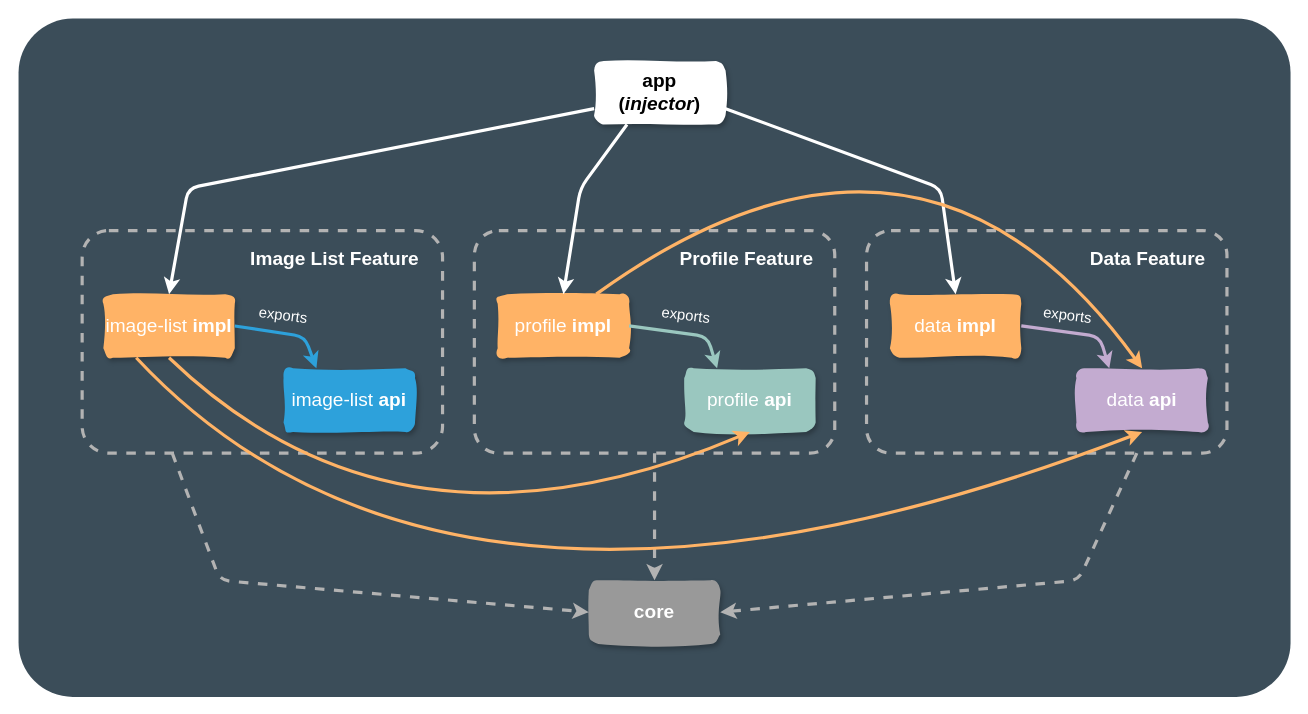
Above: page "Multimodule Architecture" (1 of 4) of docs/airin_architecture.drawio in Morfly/airin (draw.io), before the change. Source tidied: cells renumbered, new cells numbered last; positions are measured from the earlier drawing's top-left corner, leaving out a move shared by most shapes. Both pictures are drawn from the tidied source at 106%, with x=0, y=0 at pixel (18, 18).
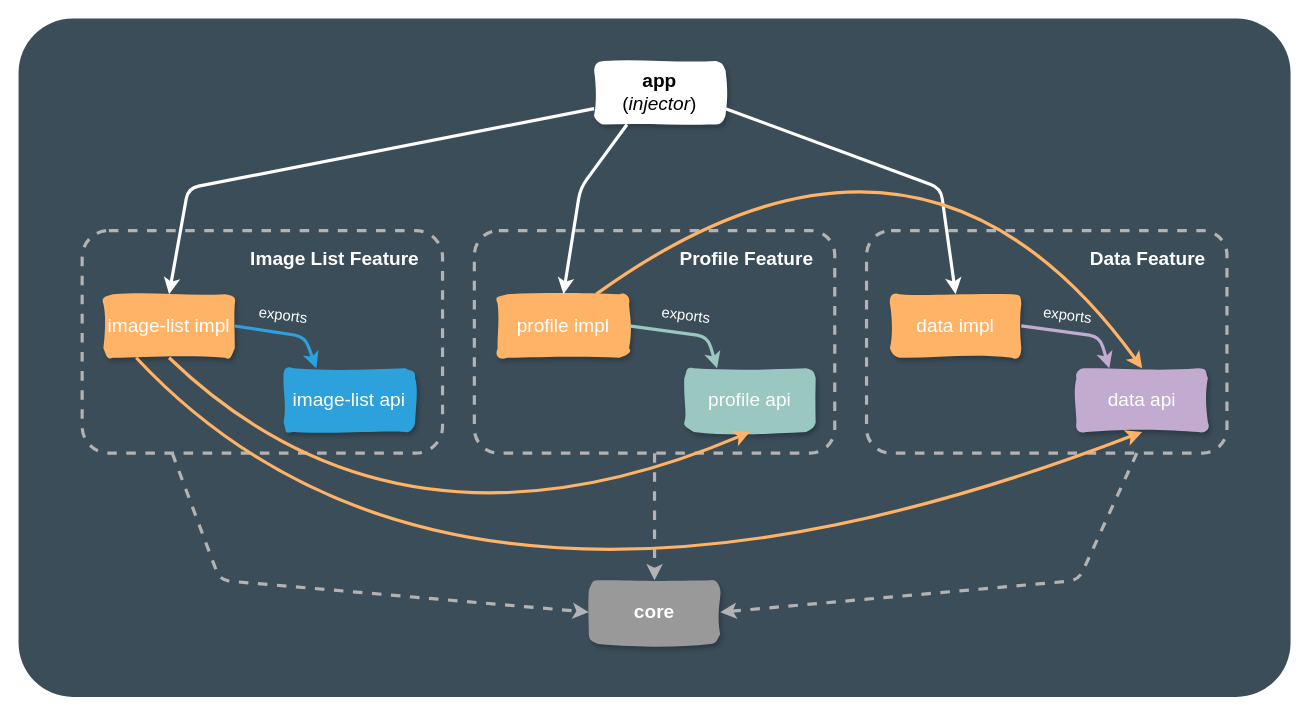
Above is the later version.

Commit message (it also covers changes not shown here):
updated arch diagrams

The change refers to these unchanged cells:
```xml
<mxCell id="2" style="group;" parent="1" vertex="1">
  <mxGeometry width="1200" height="640" as="geometry" />
</mxCell>
```

The edit, as a diff of the source:
```diff
@@
-    <mxCell id="7" value="&lt;span style=&quot;font-size: 18px&quot;&gt;&lt;font color=&quot;#ffffff&quot; style=&quot;font-size: 18px&quot;&gt;data &lt;b&gt;api&lt;/b&gt;&lt;/font&gt;&lt;/span&gt;" style="rounded=1;whiteSpace=wrap;html=1;fontStyle=0;sketch=1;shadow=1;fillStyle=solid;strokeColor=none;fontSize=18;fillColor=#C3ABD0;" parent="2" vertex="1">
+    <mxCell id="7" value="&lt;span style=&quot;font-size: 18px&quot;&gt;&lt;font color=&quot;#ffffff&quot; style=&quot;font-size: 18px&quot;&gt;data api&lt;/font&gt;&lt;/span&gt;" style="rounded=1;whiteSpace=wrap;html=1;fontStyle=0;sketch=1;shadow=1;fillStyle=solid;strokeColor=none;fontSize=18;fillColor=#C3ABD0;" parent="2" vertex="1">
       <mxGeometry x="998" y="330" width="124" height="60" as="geometry" />
     </mxCell>
-    <mxCell id="8" value="&lt;span style=&quot;font-size: 18px&quot;&gt;&lt;font color=&quot;#ffffff&quot; style=&quot;font-size: 18px&quot;&gt;image-list &lt;b&gt;impl&lt;/b&gt;&lt;/font&gt;&lt;/span&gt;" style="rounded=1;whiteSpace=wrap;html=1;fontStyle=0;sketch=1;shadow=1;fillStyle=solid;strokeColor=none;fontSize=18;fillColor=#FFB366;" parent="2" vertex="1">
+    <mxCell id="8" value="&lt;span style=&quot;font-size: 18px&quot;&gt;&lt;font color=&quot;#ffffff&quot; style=&quot;font-size: 18px&quot;&gt;image-list impl&lt;/font&gt;&lt;/span&gt;" style="rounded=1;whiteSpace=wrap;html=1;fontStyle=0;sketch=1;shadow=1;fillStyle=solid;strokeColor=none;fontSize=18;fillColor=#FFB366;" parent="2" vertex="1">
       <mxGeometry x="80" y="260" width="124" height="60" as="geometry" />
     </mxCell>
-    <mxCell id="9" value="&lt;span style=&quot;font-size: 18px&quot;&gt;&lt;font color=&quot;#ffffff&quot; style=&quot;font-size: 18px&quot;&gt;profile &lt;b&gt;api&lt;/b&gt;&lt;/font&gt;&lt;/span&gt;" style="rounded=1;whiteSpace=wrap;html=1;fontStyle=0;sketch=1;shadow=1;fillStyle=solid;strokeColor=none;fontSize=18;fillColor=#9AC7BF;" parent="2" vertex="1">
+    <mxCell id="9" value="&lt;span style=&quot;font-size: 18px&quot;&gt;&lt;font color=&quot;#ffffff&quot; style=&quot;font-size: 18px&quot;&gt;profile api&lt;/font&gt;&lt;/span&gt;" style="rounded=1;whiteSpace=wrap;html=1;fontStyle=0;sketch=1;shadow=1;fillStyle=solid;strokeColor=none;fontSize=18;fillColor=#9AC7BF;" parent="2" vertex="1">
       <mxGeometry x="628" y="330" width="124" height="60" as="geometry" />
     </mxCell>
-    <mxCell id="10" value="&lt;font style=&quot;font-size: 18px&quot;&gt;app&lt;br&gt;(&lt;i&gt;injector&lt;/i&gt;)&lt;br&gt;&lt;/font&gt;" style="rounded=1;whiteSpace=wrap;html=1;fontStyle=1;sketch=1;shadow=1;fillStyle=solid;fontSize=18;fillColor=#FFFFFF;strokeColor=none;" parent="2" vertex="1">
+    <mxCell id="10" value="&lt;font style=&quot;font-size: 18px&quot;&gt;app&lt;br&gt;&lt;span style=&quot;font-weight: normal&quot;&gt;(&lt;i&gt;injector&lt;/i&gt;)&lt;/span&gt;&lt;br&gt;&lt;/font&gt;" style="rounded=1;whiteSpace=wrap;html=1;fontStyle=1;sketch=1;shadow=1;fillStyle=solid;fontSize=18;fillColor=#FFFFFF;strokeColor=none;" parent="2" vertex="1">
       <mxGeometry x="543" y="40" width="124" height="60" as="geometry" />
     </mxCell>
-    <mxCell id="11" value="&lt;span style=&quot;color: rgb(255 , 255 , 255)&quot;&gt;image-list &lt;b&gt;api&lt;/b&gt;&lt;/span&gt;" style="rounded=1;whiteSpace=wrap;html=1;fontStyle=0;sketch=1;shadow=1;fillStyle=solid;strokeColor=none;fontSize=18;fillColor=#2DA1DB;" parent="2" vertex="1">
+    <mxCell id="11" value="&lt;span style=&quot;color: rgb(255 , 255 , 255)&quot;&gt;image-list api&lt;/span&gt;" style="rounded=1;whiteSpace=wrap;html=1;fontStyle=0;sketch=1;shadow=1;fillStyle=solid;strokeColor=none;fontSize=18;fillColor=#2DA1DB;" parent="2" vertex="1">
       <mxGeometry x="250" y="330" width="124" height="60" as="geometry" />
     </mxCell>
@@
-    <mxCell id="13" value="&lt;span style=&quot;font-size: 18px&quot;&gt;&lt;font color=&quot;#ffffff&quot; style=&quot;font-size: 18px&quot;&gt;profile &lt;b&gt;impl&lt;/b&gt;&lt;/font&gt;&lt;/span&gt;" style="rounded=1;whiteSpace=wrap;html=1;fontStyle=0;sketch=1;shadow=1;fillStyle=solid;strokeColor=none;fontSize=18;fillColor=#FFB366;" parent="2" vertex="1">
+    <mxCell id="13" value="&lt;span style=&quot;font-size: 18px&quot;&gt;&lt;font color=&quot;#ffffff&quot; style=&quot;font-size: 18px&quot;&gt;profile impl&lt;/font&gt;&lt;/span&gt;" style="rounded=1;whiteSpace=wrap;html=1;fontStyle=0;sketch=1;shadow=1;fillStyle=solid;strokeColor=none;fontSize=18;fillColor=#FFB366;" parent="2" vertex="1">
       <mxGeometry x="452" y="260" width="124" height="60" as="geometry" />
     </mxCell>
@@
-    <mxCell id="16" value="&lt;span style=&quot;font-size: 18px&quot;&gt;&lt;font color=&quot;#ffffff&quot; style=&quot;font-size: 18px&quot;&gt;data &lt;b&gt;impl&lt;/b&gt;&lt;/font&gt;&lt;/span&gt;" style="rounded=1;whiteSpace=wrap;html=1;fontStyle=0;sketch=1;shadow=1;fillStyle=solid;strokeColor=none;fontSize=18;fillColor=#FFB366;" parent="2" vertex="1">
+    <mxCell id="16" value="&lt;span style=&quot;font-size: 18px&quot;&gt;&lt;font color=&quot;#ffffff&quot; style=&quot;font-size: 18px&quot;&gt;data impl&lt;/font&gt;&lt;/span&gt;" style="rounded=1;whiteSpace=wrap;html=1;fontStyle=0;sketch=1;shadow=1;fillStyle=solid;strokeColor=none;fontSize=18;fillColor=#FFB366;" parent="2" vertex="1">
       <mxGeometry x="822" y="260" width="124" height="60" as="geometry" />
     </mxCell>
```
